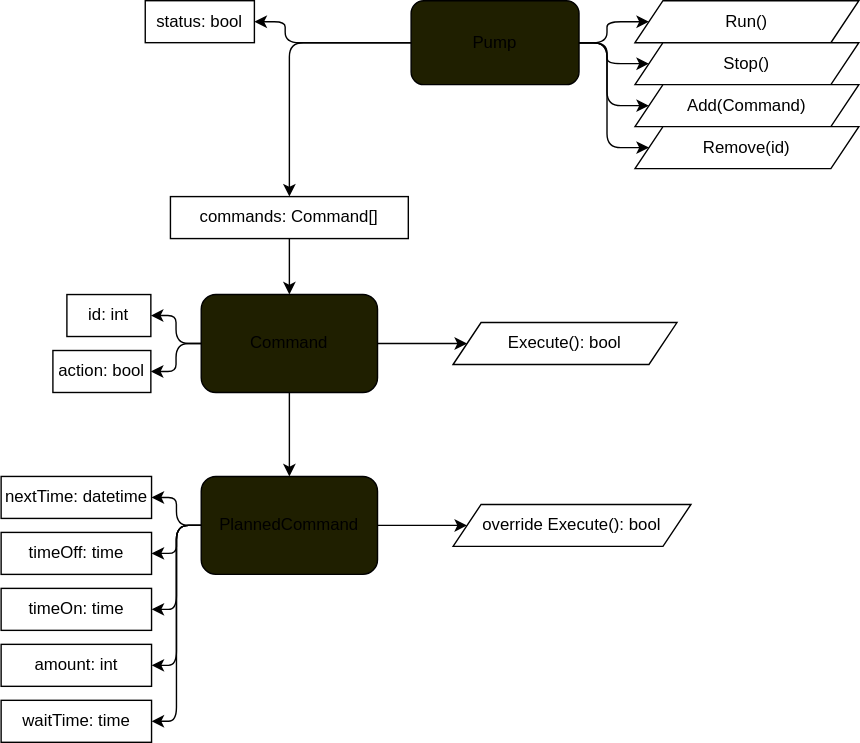
This is schema.drawio.svg from Matts-vdp/pomp, a draw.io export, as it was before one commit. Source tidied: cells renumbered, new cells last; positions are measured from the earlier drawing's top-left corner, leaving out a move shared by most shapes.
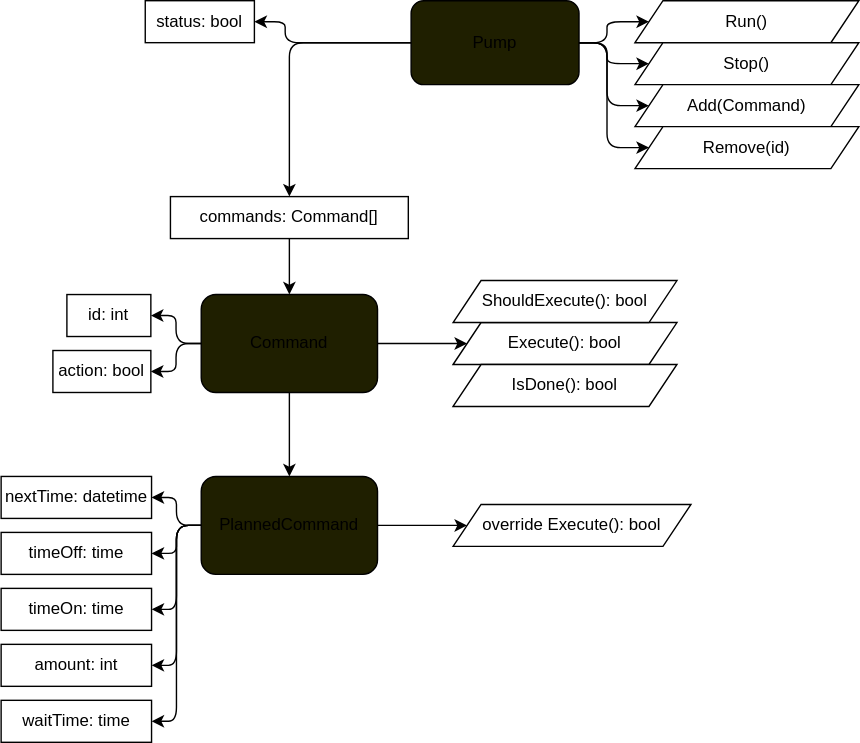
After the change.

Change to the diagram source:
```diff
@@ -117,5 +117,11 @@
     <mxCell id="36" value="status: bool" style="rounded=0;whiteSpace=wrap;html=1;" parent="1" vertex="1">
       <mxGeometry x="103" width="78" height="30" as="geometry" />
     </mxCell>
+    <mxCell id="37" value="ShouldExecute(): bool" style="shape=parallelogram;perimeter=parallelogramPerimeter;whiteSpace=wrap;html=1;fixedSize=1;" parent="1" vertex="1">
+      <mxGeometry x="323" y="200" width="160" height="30" as="geometry" />
+    </mxCell>
+    <mxCell id="38" value="IsDone(): bool" style="shape=parallelogram;perimeter=parallelogramPerimeter;whiteSpace=wrap;html=1;fixedSize=1;" parent="1" vertex="1">
+      <mxGeometry x="323" y="260" width="160" height="30" as="geometry" />
+    </mxCell>
   </root>
 </mxGraphModel>
```
